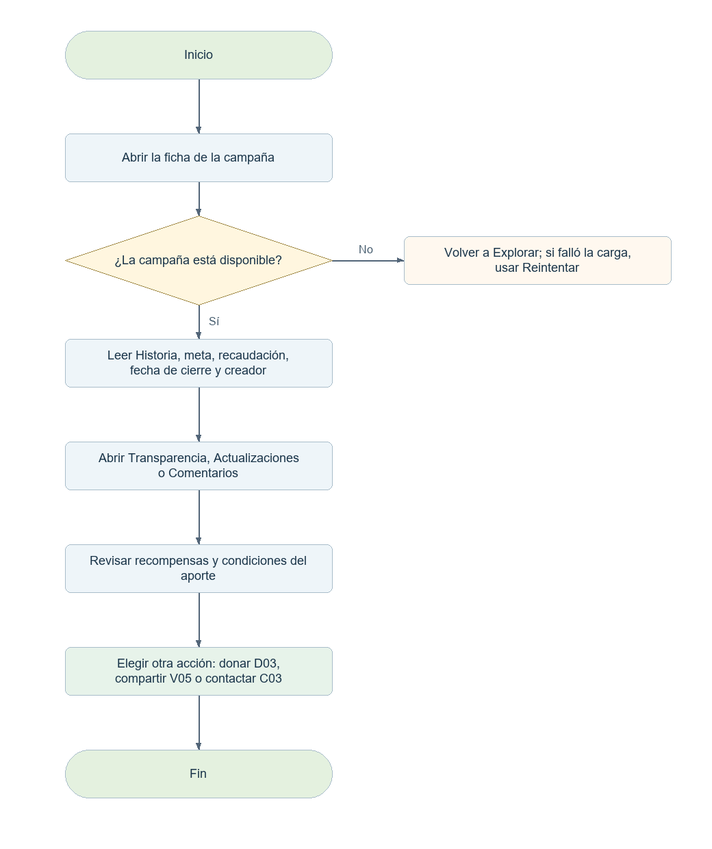
Above: docs/diagramas-web/png/V02.png in elingeyesdev/t3-crowdfunding-inversion (Mermaid), before the change. Its source is kept beside it as docs/diagramas-web/mermaid/V02.mmd.
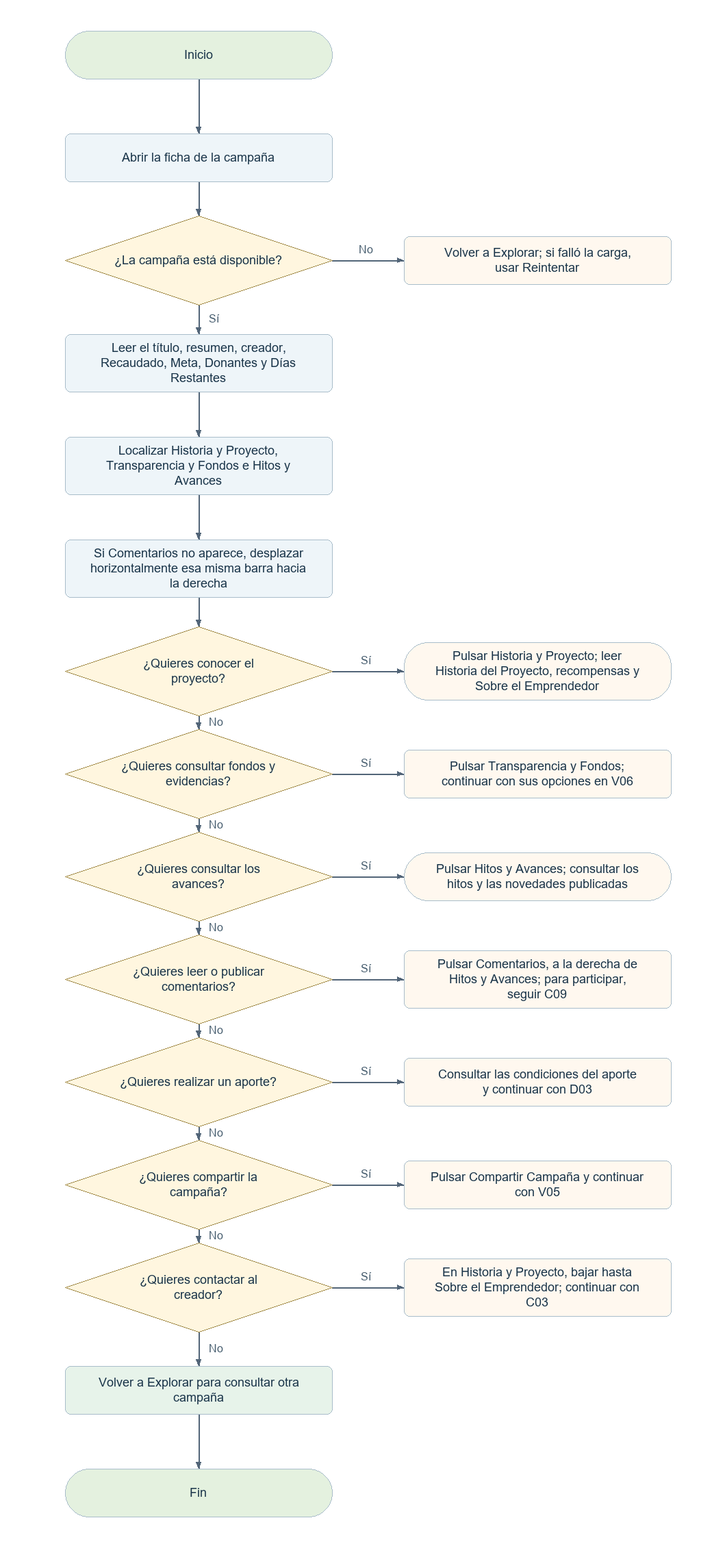
Later version of the same file.

Change to the diagram source:
```diff
@@ -7,12 +7,40 @@
   N2 -->|"Sí"| N3
   B2(["Volver a Explorar; si falló la carga, usar Reintentar"])
   N2 -->|"No"| B2
-  N3["Leer Historia, meta, recaudación, fecha de cierre y creador"]
+  N3["Leer el título, resumen, creador, Recaudado, Meta, Donantes y Días Restantes"]
   N3 --> N4
-  N4["Abrir Transparencia, Actualizaciones o Comentarios"]
+  N4["Localizar Historia y Proyecto, Transparencia y Fondos e Hitos y Avances"]
   N4 --> N5
-  N5["Revisar recompensas y condiciones del aporte"]
+  N5["Si Comentarios no aparece, desplazar horizontalmente esa misma barra hacia la derecha"]
   N5 --> N6
-  N6["Elegir otra acción: donar D03, compartir V05 o contactar C03"]
-  N6 --> N7
-  N7(["Fin"])
+  N6{"¿Quieres conocer el proyecto?"}
+  N6 -->|"No"| N7
+  B6(["Pulsar Historia y Proyecto; leer Historia del Proyecto, recompensas y Sobre el Emprendedor"])
+  N6 -->|"Sí"| B6
+  N7{"¿Quieres consultar fondos y evidencias?"}
+  N7 -->|"No"| N8
+  B7(["Pulsar Transparencia y Fondos; continuar con sus opciones en V06"])
+  N7 -->|"Sí"| B7
+  N8{"¿Quieres consultar los avances?"}
+  N8 -->|"No"| N9
+  B8(["Pulsar Hitos y Avances; consultar los hitos y las novedades publicadas"])
+  N8 -->|"Sí"| B8
+  N9{"¿Quieres leer o publicar comentarios?"}
+  N9 -->|"No"| N10
+  B9(["Pulsar Comentarios, a la derecha de Hitos y Avances; para participar, seguir C09"])
+  N9 -->|"Sí"| B9
+  N10{"¿Quieres realizar un aporte?"}
+  N10 -->|"No"| N11
+  B10(["Consultar las condiciones del aporte y continuar con D03"])
+  N10 -->|"Sí"| B10
+  N11{"¿Quieres compartir la campaña?"}
+  N11 -->|"No"| N12
+  B11(["Pulsar Compartir Campaña y continuar con V05"])
+  N11 -->|"Sí"| B11
+  N12{"¿Quieres contactar al creador?"}
+  N12 -->|"No"| N13
+  B12(["En Historia y Proyecto, bajar hasta Sobre el Emprendedor; continuar con C03"])
+  N12 -->|"Sí"| B12
+  N13["Volver a Explorar para consultar otra campaña"]
+  N13 --> N14
+  N14(["Fin"])
```
